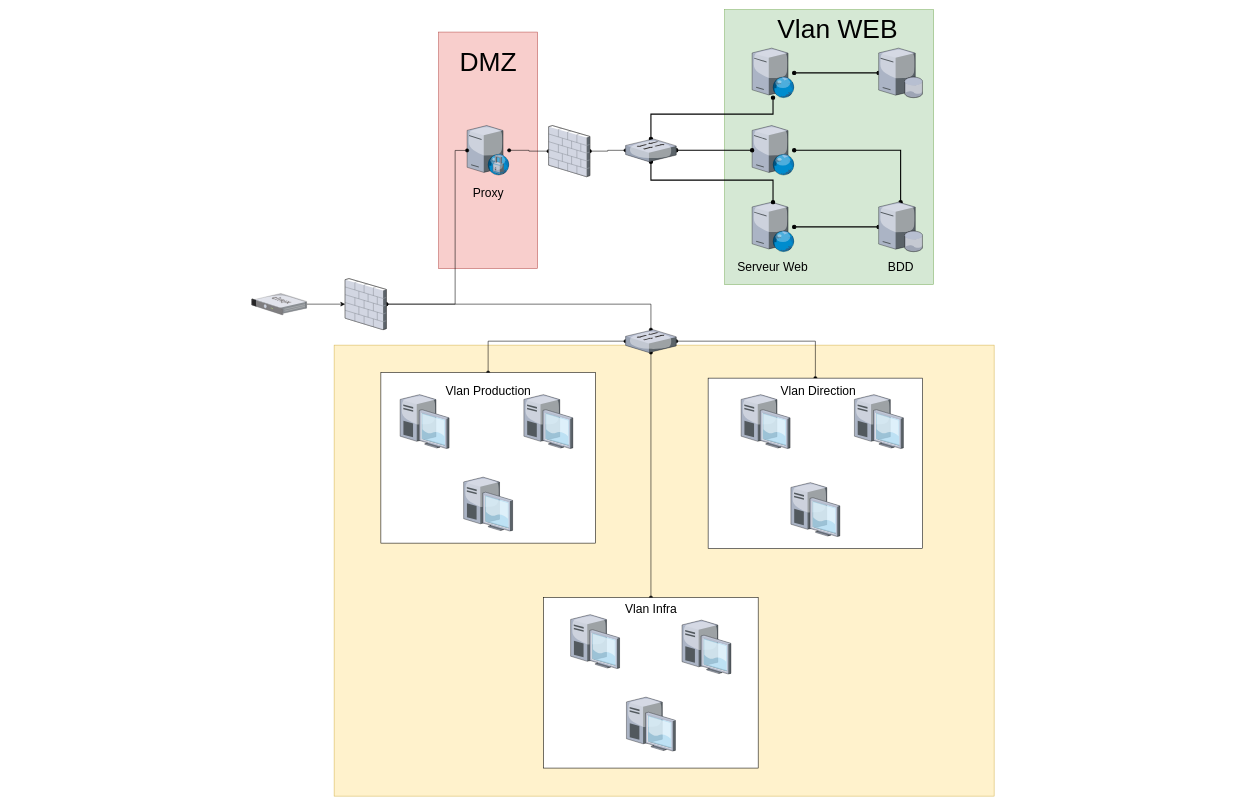
MaoenD/Projet_R-seau keeps this draw.io diagram as schémas/Diagramme sans nom.drawio. Above is the earlier version. Source tidied: cells renumbered, new cells numbered last; positions are measured from the earlier drawing's top-left corner, leaving out a move shared by most shapes. Both pictures are drawn from the tidied source at 55%, with x=0, y=0 at pixel (251, 9).
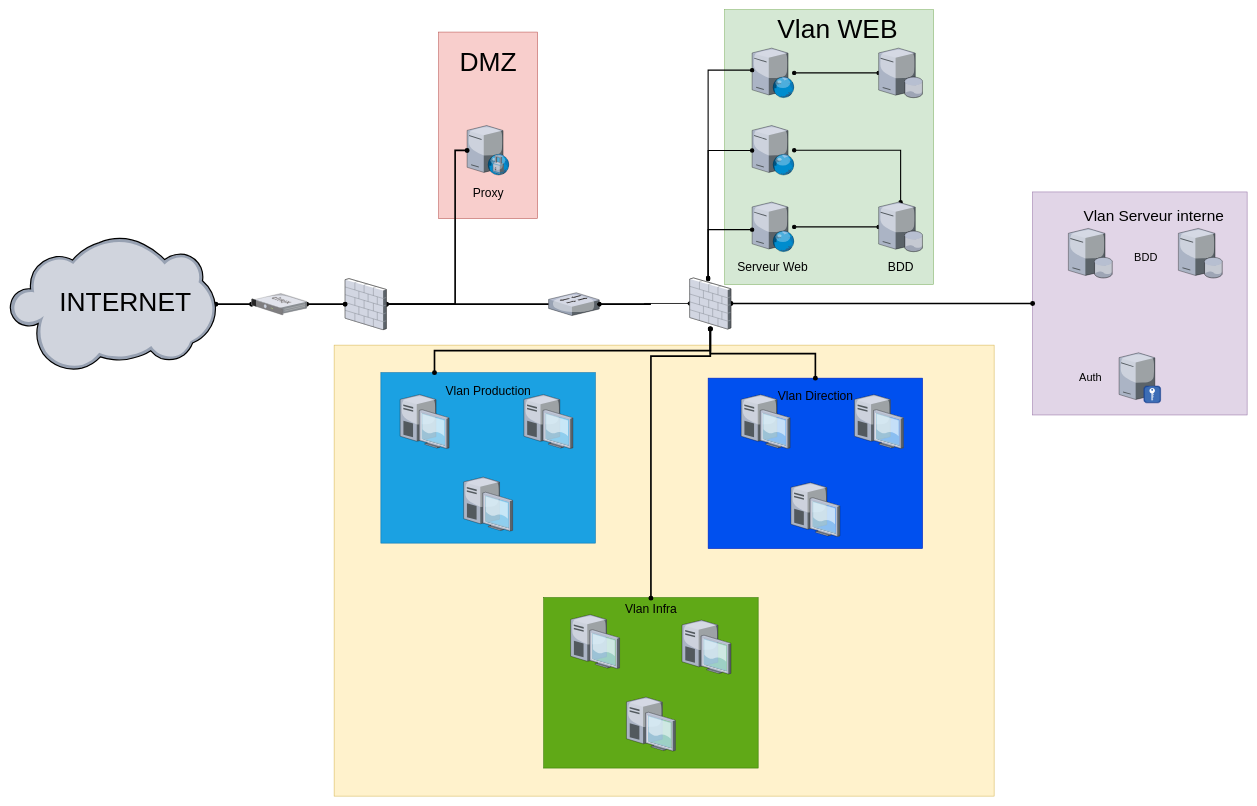
The same page after the edit.

Commit message (it also covers changes not shown here):
Mettre à jour Diagramme sans nom.drawio

Unchanged cells that the change refers to:
```xml
<mxCell id="7" style="verticalLabelPosition=bottom;sketch=0;html=1;verticalAlign=top;strokeColor=none;align=center;outlineConnect=0;shape=mxgraph.citrix.proxy_server;" parent="1" vertex="1">
  <mxGeometry x="391.8" y="210.8" width="76.5" height="90" as="geometry" />
</mxCell>
<mxCell id="9" style="verticalLabelPosition=bottom;sketch=0;html=1;verticalAlign=top;strokeColor=none;align=center;outlineConnect=0;shape=mxgraph.citrix.web_server;" parent="1" vertex="1">
  <mxGeometry x="910" y="70" width="76.5" height="90" as="geometry" />
</mxCell>
<mxCell id="11" style="verticalLabelPosition=bottom;sketch=0;html=1;verticalAlign=top;strokeColor=none;align=center;outlineConnect=0;shape=mxgraph.citrix.web_server;" parent="1" vertex="1">
  <mxGeometry x="910" y="210.8" width="76.5" height="90" as="geometry" />
</mxCell>
<mxCell id="13" style="verticalLabelPosition=bottom;sketch=0;html=1;verticalAlign=top;strokeColor=none;align=center;outlineConnect=0;shape=mxgraph.citrix.web_server;" parent="1" vertex="1">
  <mxGeometry x="910" y="350" width="76.5" height="90" as="geometry" />
</mxCell>
<mxCell id="26" style="verticalLabelPosition=bottom;sketch=0;html=1;verticalAlign=top;strokeColor=none;align=center;outlineConnect=0;shape=mxgraph.citrix.firewall;" parent="1" vertex="1">
  <mxGeometry x="170" y="489" width="75" height="93" as="geometry" />
</mxCell>
<mxCell id="28" style="verticalLabelPosition=bottom;sketch=0;html=1;verticalAlign=top;strokeColor=none;align=center;outlineConnect=0;shape=mxgraph.citrix.netscaler_gateway;" parent="1" vertex="1">
  <mxGeometry y="516" width="100" height="39" as="geometry" />
</mxCell>
<mxCell id="48" value="&lt;font style=&quot;font-size: 22px;&quot;&gt;Vlan Infra&lt;/font&gt;" style="text;html=1;align=center;verticalAlign=middle;points=[];strokeColor=none;fillColor=none;" parent="1" vertex="1">
  <mxGeometry x="666" y="1070" width="120" height="40" as="geometry" />
</mxCell>
```

The edit, as a diff of the source:
```diff
@@
     <mxCell id="4" style="rounded=0;whiteSpace=wrap;html=1;fillColor=#f8cecc;strokeColor=#b85450;" parent="1" vertex="1">
-      <mxGeometry x="340" y="40.8" width="180" height="430" as="geometry" />
+      <mxGeometry x="340" y="40.8" width="180" height="339.2" as="geometry" />
     </mxCell>
@@
-    <mxCell id="6" style="edgeStyle=orthogonalEdgeStyle;rounded=0;jettySize=auto;html=1;startArrow=oval;startFill=1;endArrow=oval;endFill=1;" parent="1" edge="1" source="34" target="17">
-      <mxGeometry relative="1" as="geometry" />
-    </mxCell>
@@
-    <mxCell id="14" style="edgeStyle=orthogonalEdgeStyle;rounded=0;jettySize=auto;html=1;strokeWidth=2;startArrow=oval;startFill=1;endArrow=oval;endFill=1;" parent="1" edge="1" source="17" target="11">
-      <mxGeometry relative="1" as="geometry" />
+    <mxCell id="14" style="edgeStyle=orthogonalEdgeStyle;rounded=0;jettySize=auto;html=1;strokeWidth=2;startArrow=oval;startFill=1;endArrow=oval;endFill=1;" parent="1" edge="1" source="63" target="11">
+      <mxGeometry relative="1" as="geometry">
+        <Array as="points">
+          <mxPoint x="830" y="256" />
+        </Array>
+      </mxGeometry>
     </mxCell>
-    <mxCell id="15" style="edgeStyle=orthogonalEdgeStyle;rounded=0;jettySize=auto;html=1;strokeWidth=2;startArrow=oval;startFill=1;endArrow=oval;endFill=1;" parent="1" edge="1" source="17" target="9">
+    <mxCell id="15" style="edgeStyle=orthogonalEdgeStyle;rounded=0;jettySize=auto;html=1;strokeWidth=2;startArrow=oval;startFill=1;endArrow=oval;endFill=1;" parent="1" edge="1" source="63" target="9">
       <mxGeometry relative="1" as="geometry">
         <Array as="points">
-          <mxPoint x="726" y="190" />
-          <mxPoint x="948" y="190" />
+          <mxPoint x="830" y="110" />
         </Array>
       </mxGeometry>
     </mxCell>
-    <mxCell id="16" style="edgeStyle=orthogonalEdgeStyle;rounded=0;jettySize=auto;html=1;strokeWidth=2;startArrow=oval;startFill=1;endArrow=oval;endFill=1;" parent="1" edge="1" source="17" target="13">
+    <mxCell id="16" style="edgeStyle=orthogonalEdgeStyle;rounded=0;jettySize=auto;html=1;strokeWidth=2;startArrow=oval;startFill=1;endArrow=oval;endFill=1;" parent="1" edge="1" target="13">
       <mxGeometry relative="1" as="geometry">
+        <mxPoint x="830" y="490" as="sourcePoint" />
         <Array as="points">
-          <mxPoint x="726" y="310" />
-          <mxPoint x="948" y="310" />
+          <mxPoint x="830" y="400" />
         </Array>
       </mxGeometry>
     </mxCell>
-    <mxCell id="17" style="verticalLabelPosition=bottom;sketch=0;html=1;verticalAlign=top;strokeColor=none;align=center;outlineConnect=0;shape=mxgraph.citrix.switch;" parent="1" vertex="1">
-      <mxGeometry x="680" y="235" width="92" height="41.5" as="geometry" />
-    </mxCell>
@@
-    <mxCell id="24" style="edgeStyle=orthogonalEdgeStyle;rounded=0;jettySize=auto;html=1;startArrow=oval;startFill=1;endArrow=oval;endFill=1;" parent="1" edge="1" source="26" target="7">
+    <mxCell id="24" style="edgeStyle=orthogonalEdgeStyle;rounded=0;jettySize=auto;html=1;startArrow=oval;startFill=1;endArrow=oval;endFill=1;strokeWidth=3;" parent="1" edge="1" source="26" target="7">
       <mxGeometry relative="1" as="geometry">
         <Array as="points">
           <mxPoint x="370" y="536" />
           <mxPoint x="370" y="256" />
         </Array>
       </mxGeometry>
     </mxCell>
-    <mxCell id="25" style="edgeStyle=orthogonalEdgeStyle;rounded=0;jettySize=auto;html=1;startArrow=oval;startFill=1;endArrow=oval;endFill=1;" parent="1" edge="1" source="26" target="32">
+    <mxCell id="25" style="edgeStyle=orthogonalEdgeStyle;rounded=0;jettySize=auto;html=1;startArrow=oval;startFill=1;endArrow=oval;endFill=1;strokeWidth=3;" parent="1" edge="1" source="26" target="32">
       <mxGeometry relative="1" as="geometry">
         <Array as="points">
           <mxPoint x="726" y="536" />
         </Array>
       </mxGeometry>
     </mxCell>
@@
-    <mxCell id="27" style="edgeStyle=orthogonalEdgeStyle;rounded=0;jettySize=auto;html=1;" parent="1" edge="1" source="28" target="26">
+    <mxCell id="27" style="edgeStyle=orthogonalEdgeStyle;rounded=0;jettySize=auto;html=1;strokeWidth=3;startArrow=oval;startFill=1;endArrow=oval;endFill=1;" parent="1" edge="1" source="28" target="26">
       <mxGeometry relative="1" as="geometry" />
     </mxCell>
+    <mxCell id="50" style="edgeStyle=orthogonalEdgeStyle;rounded=0;jettySize=auto;html=1;startArrow=oval;startFill=1;endArrow=oval;endFill=1;strokeWidth=3;" parent="1" edge="1" source="28" target="65">
+      <mxGeometry relative="1" as="geometry" />
+    </mxCell>
@@
-    <mxCell id="29" style="edgeStyle=orthogonalEdgeStyle;rounded=0;jettySize=auto;html=1;startArrow=oval;startFill=1;endArrow=oval;endFill=1;" parent="1" edge="1" source="32" target="35">
-      <mxGeometry relative="1" as="geometry" />
-    </mxCell>
-    <mxCell id="30" style="edgeStyle=orthogonalEdgeStyle;rounded=0;jettySize=auto;html=1;entryX=0.5;entryY=0;entryDx=0;entryDy=0;startArrow=oval;startFill=1;endArrow=oval;endFill=1;" parent="1" edge="1" source="32" target="36">
-      <mxGeometry relative="1" as="geometry" />
-    </mxCell>
-    <mxCell id="31" style="edgeStyle=orthogonalEdgeStyle;rounded=0;jettySize=auto;html=1;entryX=0.5;entryY=0;entryDx=0;entryDy=0;startArrow=oval;startFill=1;endArrow=oval;endFill=1;" parent="1" edge="1" source="32" target="37">
-      <mxGeometry relative="1" as="geometry" />
-    </mxCell>
     <mxCell id="32" style="verticalLabelPosition=bottom;sketch=0;html=1;verticalAlign=top;strokeColor=none;align=center;outlineConnect=0;shape=mxgraph.citrix.switch;" parent="1" vertex="1">
-      <mxGeometry x="680" y="582" width="92" height="41.5" as="geometry" />
+      <mxGeometry x="540" y="514.8" width="92" height="41.5" as="geometry" />
     </mxCell>
-    <mxCell id="33" style="edgeStyle=orthogonalEdgeStyle;rounded=0;jettySize=auto;html=1;startArrow=oval;startFill=1;endArrow=oval;endFill=1;" parent="1" edge="1" source="7" target="34">
-      <mxGeometry relative="1" as="geometry" />
-    </mxCell>
-    <mxCell id="34" style="verticalLabelPosition=bottom;sketch=0;html=1;verticalAlign=top;strokeColor=none;align=center;outlineConnect=0;shape=mxgraph.citrix.firewall;" parent="1" vertex="1">
-      <mxGeometry x="540" y="210.8" width="75" height="93" as="geometry" />
-    </mxCell>
-    <mxCell id="35" style="rounded=0;whiteSpace=wrap;html=1;" parent="1" vertex="1">
+    <mxCell id="35" style="rounded=0;whiteSpace=wrap;html=1;fillColor=#1ba1e2;fontColor=#ffffff;strokeColor=#006EAF;" parent="1" vertex="1">
       <mxGeometry x="235" y="660" width="390" height="310" as="geometry" />
     </mxCell>
-    <mxCell id="36" style="rounded=0;whiteSpace=wrap;html=1;" parent="1" vertex="1">
+    <mxCell id="36" style="rounded=0;whiteSpace=wrap;html=1;fillColor=#0050ef;fontColor=#ffffff;strokeColor=#001DBC;" parent="1" vertex="1">
       <mxGeometry x="830" y="670" width="390" height="310" as="geometry" />
     </mxCell>
-    <mxCell id="37" style="rounded=0;whiteSpace=wrap;html=1;" parent="1" vertex="1">
+    <mxCell id="37" style="rounded=0;whiteSpace=wrap;html=1;fillColor=#60a917;fontColor=#ffffff;strokeColor=#2D7600;" parent="1" vertex="1">
       <mxGeometry x="531" y="1069" width="390" height="310" as="geometry" />
     </mxCell>
@@
     <mxCell id="49" value="&lt;font style=&quot;font-size: 22px;&quot;&gt;Vlan Direction&lt;/font&gt;" style="text;html=1;align=center;verticalAlign=middle;strokeColor=none;fillColor=none;" parent="1" vertex="1">
-      <mxGeometry x="950" y="675" width="160" height="40" as="geometry" />
+      <mxGeometry x="945" y="683" width="160" height="40" as="geometry" />
     </mxCell>
+    <mxCell id="51" style="rounded=0;whiteSpace=wrap;html=1;fillColor=#e1d5e7;strokeColor=#9673a6;" parent="1" vertex="1">
+      <mxGeometry x="1420" y="331.5" width="390" height="405.5" as="geometry" />
+    </mxCell>
+    <mxCell id="52" style="verticalLabelPosition=bottom;sketch=0;html=1;verticalAlign=top;strokeColor=none;align=center;shape=mxgraph.citrix.database_server;" parent="1" vertex="1">
+      <mxGeometry x="1685" y="397.8" width="80" height="90" as="geometry" />
+    </mxCell>
+    <mxCell id="53" style="verticalLabelPosition=bottom;sketch=0;html=1;verticalAlign=top;strokeColor=none;align=center;shape=mxgraph.citrix.database_server;" parent="1" vertex="1">
+      <mxGeometry x="1485" y="397.8" width="80" height="90" as="geometry" />
+    </mxCell>
+    <mxCell id="54" style="verticalLabelPosition=bottom;sketch=0;html=1;verticalAlign=top;strokeColor=none;align=center;shape=mxgraph.citrix.radius_server;" parent="1" vertex="1">
+      <mxGeometry x="1577.2" y="624" width="75.5" height="91" as="geometry" />
+    </mxCell>
+    <mxCell id="55" style="edgeStyle=orthogonalEdgeStyle;rounded=0;jettySize=auto;html=1;startArrow=oval;startFill=1;endArrow=oval;endFill=1;" parent="1" edge="1" source="63" target="32">
+      <mxGeometry relative="1" as="geometry" />
+    </mxCell>
+    <mxCell id="56" style="edgeStyle=orthogonalEdgeStyle;rounded=0;jettySize=auto;html=1;startArrow=oval;startFill=1;endArrow=oval;endFill=1;" parent="1" edge="1" source="63" target="32">
+      <mxGeometry relative="1" as="geometry" />
+    </mxCell>
+    <mxCell id="57" style="edgeStyle=orthogonalEdgeStyle;rounded=0;jettySize=auto;html=1;entryX=0.25;entryY=0;entryDx=0;entryDy=0;startArrow=oval;startFill=1;endArrow=oval;endFill=1;strokeWidth=3;" parent="1" edge="1" source="63" target="35">
+      <mxGeometry relative="1" as="geometry">
+        <Array as="points">
+          <mxPoint x="834" y="620" />
+          <mxPoint x="333" y="620" />
+        </Array>
+      </mxGeometry>
+    </mxCell>
+    <mxCell id="58" style="edgeStyle=orthogonalEdgeStyle;rounded=0;jettySize=auto;html=1;entryX=0.5;entryY=0;entryDx=0;entryDy=0;startArrow=oval;startFill=1;endArrow=oval;endFill=1;strokeWidth=3;" parent="1" edge="1" source="63" target="36">
+      <mxGeometry relative="1" as="geometry" />
+    </mxCell>
+    <mxCell id="59" style="edgeStyle=orthogonalEdgeStyle;rounded=0;jettySize=auto;html=1;startArrow=oval;startFill=1;endArrow=oval;endFill=1;strokeWidth=3;" parent="1" edge="1" source="63" target="48">
+      <mxGeometry relative="1" as="geometry">
+        <Array as="points">
+          <mxPoint x="834" y="630" />
+          <mxPoint x="726" y="630" />
+        </Array>
+      </mxGeometry>
+    </mxCell>
+    <mxCell id="60" value="&lt;font style=&quot;font-size: 28px;&quot;&gt;Vlan Serveur interne&lt;/font&gt;" style="text;html=1;align=center;verticalAlign=middle;strokeColor=none;fillColor=none;fontSize=48;" parent="1" vertex="1">
+      <mxGeometry x="1500" y="331.5" width="280" height="70" as="geometry" />
+    </mxCell>
+    <mxCell id="61" value="&lt;font style=&quot;font-size: 20px;&quot;&gt;Auth&lt;/font&gt;" style="text;html=1;align=center;verticalAlign=middle;strokeColor=none;fillColor=none;fontSize=48;" parent="1" vertex="1">
+      <mxGeometry x="1495" y="624" width="60" height="70" as="geometry" />
+    </mxCell>
+    <mxCell id="62" style="edgeStyle=orthogonalEdgeStyle;rounded=0;jettySize=auto;html=1;startArrow=oval;startFill=1;endArrow=oval;endFill=1;strokeWidth=3;" parent="1" edge="1" source="63" target="51">
+      <mxGeometry relative="1" as="geometry" />
+    </mxCell>
+    <mxCell id="63" style="verticalLabelPosition=bottom;sketch=0;html=1;verticalAlign=top;strokeColor=none;align=center;outlineConnect=0;shape=mxgraph.citrix.firewall;" parent="1" vertex="1">
+      <mxGeometry x="796.5" y="487.8" width="75" height="93" as="geometry" />
+    </mxCell>
+    <mxCell id="64" value="&lt;span style=&quot;color: rgb(0, 0, 0); font-family: Helvetica; font-style: normal; font-variant-ligatures: normal; font-variant-caps: normal; font-weight: 400; letter-spacing: normal; orphans: 2; text-align: center; text-indent: 0px; text-transform: none; widows: 2; word-spacing: 0px; -webkit-text-stroke-width: 0px; white-space: nowrap; text-decoration-thickness: initial; text-decoration-style: initial; text-decoration-color: initial; float: none; display: inline !important;&quot;&gt;&lt;font style=&quot;font-size: 20px;&quot;&gt;BDD&amp;nbsp;&lt;/font&gt;&lt;/span&gt;" style="text;whiteSpace=wrap;html=1;" parent="1" vertex="1">
+      <mxGeometry x="1602.8" y="431" width="50" height="38" as="geometry" />
+    </mxCell>
+    <mxCell id="65" style="verticalLabelPosition=bottom;sketch=0;html=1;verticalAlign=top;strokeColor=none;align=center;outlineConnect=0;shape=mxgraph.citrix.cloud;" parent="1" vertex="1">
+      <mxGeometry x="-440" y="413.1" width="375" height="244.7" as="geometry" />
+    </mxCell>
+    <mxCell id="66" value="INTERNET" style="text;html=1;align=center;verticalAlign=middle;strokeColor=none;fillColor=none;fontSize=48;" parent="1" vertex="1">
+      <mxGeometry x="-360" y="496" width="260" height="70" as="geometry" />
+    </mxCell>
```
